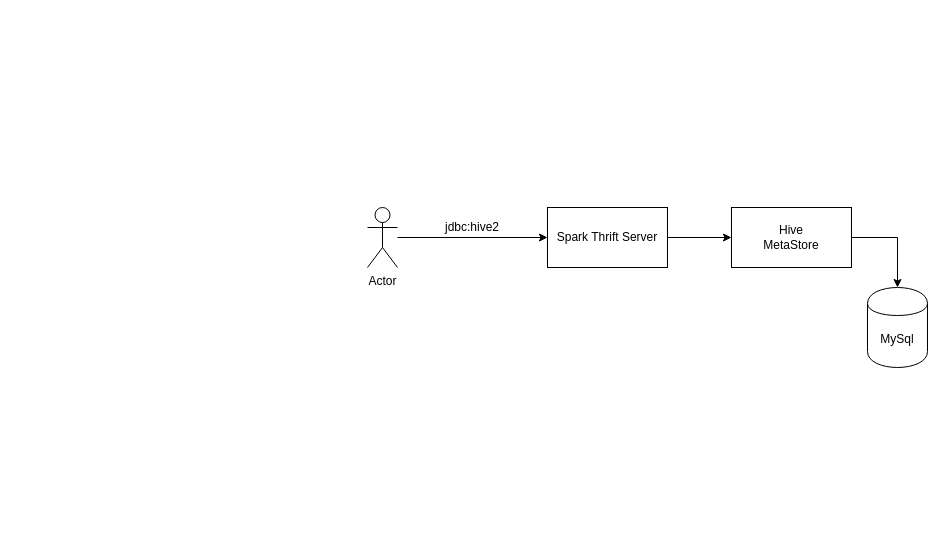
Earlier version of the draw.io diagram 제목 없는 다이어그램.drawio (salme1541/drawioRepo). Source tidied: cells renumbered, new cells numbered last; positions are measured from the earlier drawing's top-left corner, leaving out a move shared by most shapes. Both pictures are drawn from the tidied source at 100%, with x=0, y=0 at pixel (367, 207).
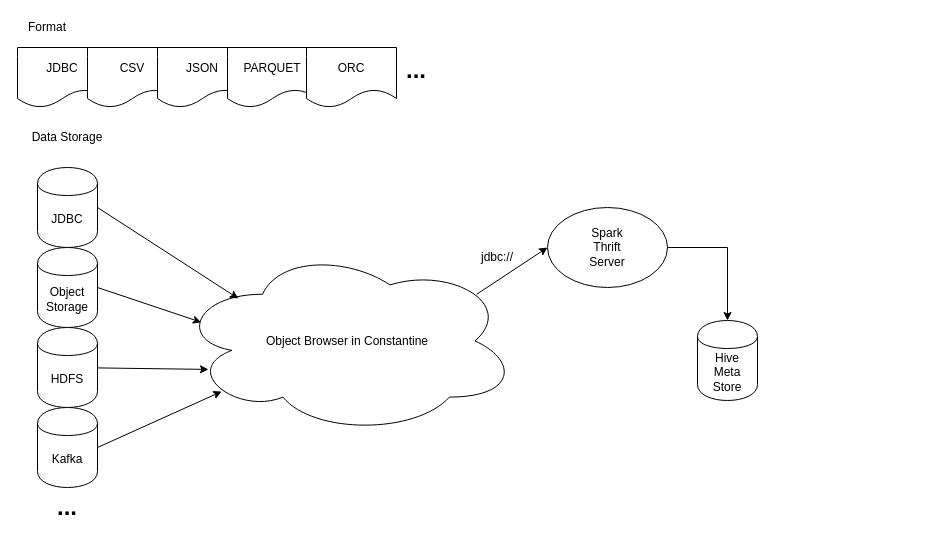
The same diagram, later.

Commit message:
제목 없는 다이어그램.drawio 업데이트

Change to the diagram source:
```diff
@@
-    <mxCell id="2" style="edgeStyle=orthogonalEdgeStyle;rounded=0;jettySize=auto;html=1;exitX=1;exitY=0.5;exitDx=0;exitDy=0;" parent="1" edge="1" source="3" target="4">
-      <mxGeometry relative="1" as="geometry" />
-    </mxCell>
-    <mxCell id="3" value="Hive&lt;br&gt;MetaStore" style="rounded=0;whiteSpace=wrap;html=1;" parent="1" vertex="1">
-      <mxGeometry x="364" width="120" height="60" as="geometry" />
-    </mxCell>
-    <mxCell id="4" value="MySql" style="shape=cylinder;whiteSpace=wrap;html=1;boundedLbl=1;backgroundOutline=1;" parent="1" vertex="1">
-      <mxGeometry x="500" y="80" width="60" height="80" as="geometry" />
-    </mxCell>
-    <mxCell id="5" style="edgeStyle=orthogonalEdgeStyle;rounded=0;jettySize=auto;html=1;exitX=1;exitY=0.5;exitDx=0;exitDy=0;entryX=0;entryY=0.5;entryDx=0;entryDy=0;" parent="1" edge="1" source="6" target="3">
-      <mxGeometry relative="1" as="geometry" />
-    </mxCell>
+    <mxCell id="10" value="JDBC" style="shape=cylinder;whiteSpace=wrap;html=1;boundedLbl=1;backgroundOutline=1;" parent="1" vertex="1">
+      <mxGeometry x="-330" y="-40" width="60" height="80" as="geometry" />
+    </mxCell>
+    <mxCell id="11" value="Object&lt;br&gt;Storage" style="shape=cylinder;whiteSpace=wrap;html=1;boundedLbl=1;backgroundOutline=1;" parent="1" vertex="1">
+      <mxGeometry x="-330" y="40" width="60" height="80" as="geometry" />
+    </mxCell>
+    <mxCell id="12" value="HDFS" style="shape=cylinder;whiteSpace=wrap;html=1;boundedLbl=1;backgroundOutline=1;" parent="1" vertex="1">
+      <mxGeometry x="-330" y="120" width="60" height="80" as="geometry" />
+    </mxCell>
+    <mxCell id="13" value="Kafka" style="shape=cylinder;whiteSpace=wrap;html=1;boundedLbl=1;backgroundOutline=1;" parent="1" vertex="1">
+      <mxGeometry x="-330" y="200" width="60" height="80" as="geometry" />
+    </mxCell>
+    <mxCell id="14" value="JDBC" style="shape=document;whiteSpace=wrap;html=1;boundedLbl=1;" parent="1" vertex="1">
+      <mxGeometry x="-350" y="-160" width="90" height="60" as="geometry" />
+    </mxCell>
+    <mxCell id="15" value="CSV" style="shape=document;whiteSpace=wrap;html=1;boundedLbl=1;" parent="1" vertex="1">
+      <mxGeometry x="-280" y="-160" width="90" height="60" as="geometry" />
+    </mxCell>
+    <mxCell id="16" value="JSON" style="shape=document;whiteSpace=wrap;html=1;boundedLbl=1;" parent="1" vertex="1">
+      <mxGeometry x="-210" y="-160" width="90" height="60" as="geometry" />
+    </mxCell>
+    <mxCell id="17" value="PARQUET" style="shape=document;whiteSpace=wrap;html=1;boundedLbl=1;" parent="1" vertex="1">
+      <mxGeometry x="-140" y="-160" width="90" height="60" as="geometry" />
+    </mxCell>
+    <mxCell id="18" value="ORC" style="shape=document;whiteSpace=wrap;html=1;boundedLbl=1;" parent="1" vertex="1">
+      <mxGeometry x="-61" y="-160" width="90" height="60" as="geometry" />
+    </mxCell>
+    <mxCell id="19" value="Object Browser in Constantine" style="ellipse;shape=cloud;whiteSpace=wrap;html=1;" parent="1" vertex="1">
+      <mxGeometry x="-190" y="40" width="340" height="187" as="geometry" />
+    </mxCell>
+    <mxCell id="20" style="edgeStyle=orthogonalEdgeStyle;rounded=0;jettySize=auto;html=1;exitX=1;exitY=0.5;exitDx=0;exitDy=0;entryX=0.5;entryY=0;entryDx=0;entryDy=0;" parent="1" edge="1" source="6" target="21">
+      <mxGeometry relative="1" as="geometry" />
+    </mxCell>
-    <mxCell id="6" value="Spark Thrift Server" style="rounded=0;whiteSpace=wrap;html=1;" parent="1" vertex="1">
-      <mxGeometry x="180" width="120" height="60" as="geometry" />
+    <mxCell id="6" value="Spark&lt;br&gt;Thrift&lt;br&gt;Server" style="ellipse;whiteSpace=wrap;html=1;" parent="1" vertex="1">
+      <mxGeometry x="180" width="120" height="80" as="geometry" />
     </mxCell>
-    <mxCell id="7" style="edgeStyle=orthogonalEdgeStyle;rounded=0;jettySize=auto;html=1;" parent="1" edge="1" source="8" target="6">
-      <mxGeometry relative="1" as="geometry" />
-    </mxCell>
-    <mxCell id="8" value="Actor" style="shape=umlActor;verticalLabelPosition=bottom;labelBackgroundColor=#ffffff;verticalAlign=top;html=1;outlineConnect=0;" parent="1" vertex="1">
-      <mxGeometry width="30" height="60" as="geometry" />
-    </mxCell>
-    <mxCell id="9" value="jdbc:hive2" style="text;html=1;strokeColor=none;fillColor=none;align=center;verticalAlign=middle;whiteSpace=wrap;rounded=0;" parent="1" vertex="1">
-      <mxGeometry x="70" y="10" width="70" height="20" as="geometry" />
-    </mxCell>
+    <mxCell id="21" value="Hive&lt;br&gt;Meta&lt;br&gt;Store" style="shape=cylinder;whiteSpace=wrap;html=1;boundedLbl=1;backgroundOutline=1;" parent="1" vertex="1">
+      <mxGeometry x="330" y="113" width="60" height="80" as="geometry" />
+    </mxCell>
+    <mxCell id="22" value="&lt;h1&gt;...&lt;/h1&gt;" style="text;html=1;strokeColor=none;fillColor=none;align=center;verticalAlign=middle;whiteSpace=wrap;rounded=0;" parent="1" vertex="1">
+      <mxGeometry x="29" y="-147" width="40" height="20" as="geometry" />
+    </mxCell>
+    <mxCell id="23" style="endArrow=classic;html=1;exitX=0.88;exitY=0.25;exitDx=0;exitDy=0;exitPerimeter=0;entryX=0;entryY=0.5;entryDx=0;entryDy=0;" parent="1" edge="1" source="19" target="6">
+      <mxGeometry relative="1" as="geometry" />
+    </mxCell>
+    <mxCell id="24" value="jdbc://" style="text;html=1;strokeColor=none;fillColor=none;align=center;verticalAlign=middle;whiteSpace=wrap;rounded=0;" parent="1" vertex="1">
+      <mxGeometry x="110" y="40" width="40" height="20" as="geometry" />
+    </mxCell>
+    <mxCell id="25" style="endArrow=classic;html=1;exitX=1;exitY=0.5;exitDx=0;exitDy=0;entryX=0.179;entryY=0.273;entryDx=0;entryDy=0;entryPerimeter=0;" parent="1" edge="1" source="10" target="19">
+      <mxGeometry relative="1" as="geometry" />
+    </mxCell>
+    <mxCell id="26" style="endArrow=classic;html=1;exitX=1;exitY=0.5;exitDx=0;exitDy=0;entryX=0.07;entryY=0.4;entryDx=0;entryDy=0;entryPerimeter=0;" parent="1" edge="1" source="11" target="19">
+      <mxGeometry relative="1" as="geometry" />
+    </mxCell>
+    <mxCell id="27" style="endArrow=classic;html=1;entryX=0.091;entryY=0.652;entryDx=0;entryDy=0;entryPerimeter=0;" parent="1" edge="1" source="12" target="19">
+      <mxGeometry relative="1" as="geometry" />
+    </mxCell>
+    <mxCell id="28" style="endArrow=classic;html=1;exitX=1;exitY=0.5;exitDx=0;exitDy=0;entryX=0.13;entryY=0.77;entryDx=0;entryDy=0;entryPerimeter=0;" parent="1" edge="1" source="13" target="19">
+      <mxGeometry relative="1" as="geometry" />
+    </mxCell>
+    <mxCell id="29" value="Data Storage" style="text;html=1;strokeColor=none;fillColor=none;align=center;verticalAlign=middle;whiteSpace=wrap;rounded=0;" parent="1" vertex="1">
+      <mxGeometry x="-350" y="-80" width="100" height="20" as="geometry" />
+    </mxCell>
+    <mxCell id="30" value="Format" style="text;html=1;strokeColor=none;fillColor=none;align=center;verticalAlign=middle;whiteSpace=wrap;rounded=0;" parent="1" vertex="1">
+      <mxGeometry x="-350" y="-190" width="60" height="20" as="geometry" />
+    </mxCell>
+    <mxCell id="31" value="&lt;h1&gt;...&lt;/h1&gt;" style="text;html=1;strokeColor=none;fillColor=none;align=center;verticalAlign=middle;whiteSpace=wrap;rounded=0;" parent="1" vertex="1">
+      <mxGeometry x="-320" y="290" width="40" height="20" as="geometry" />
+    </mxCell>
```
